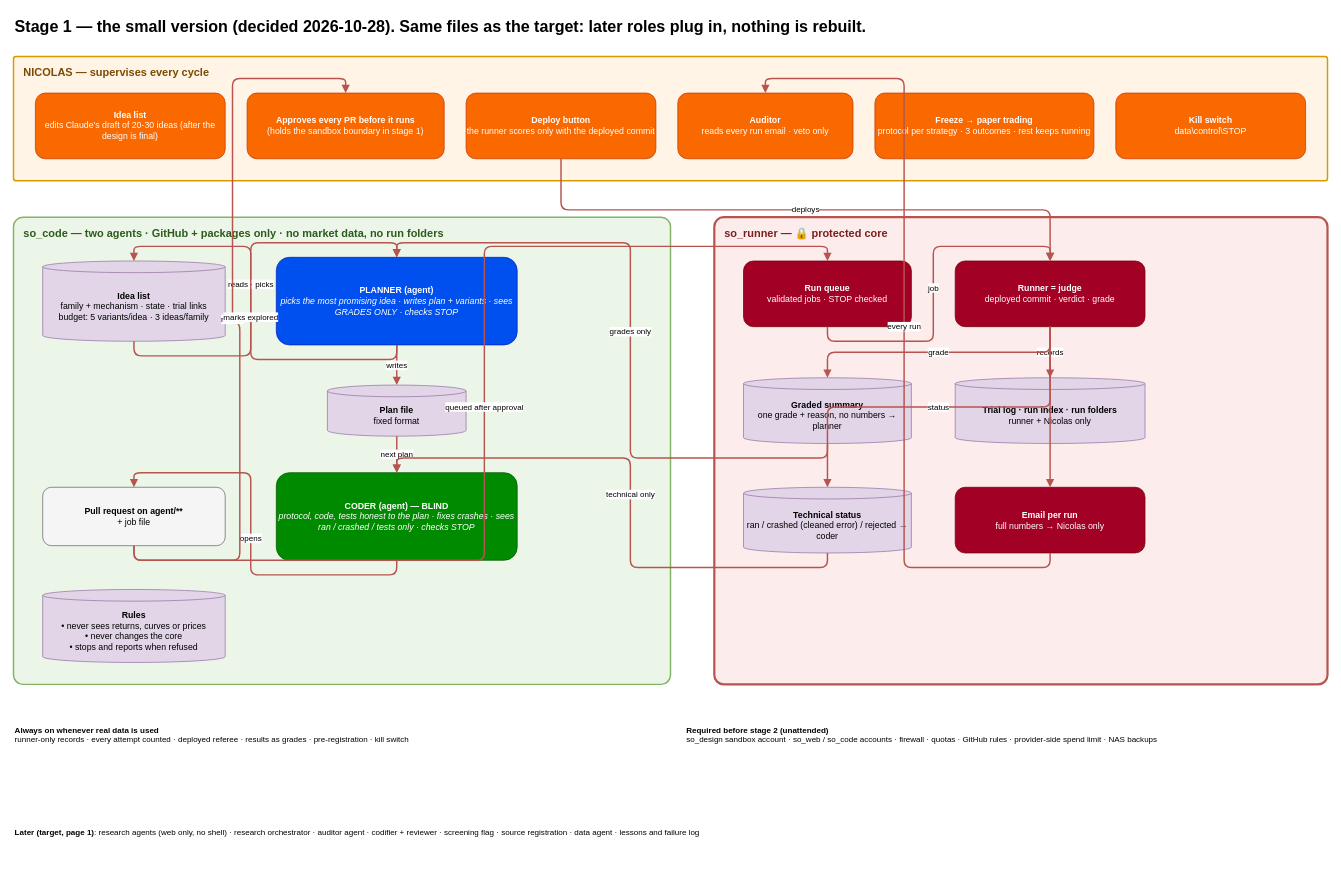
Before: page "Stage 1: small version (2026-10-28)" (2 of 2) of docs/AGENTIC_DESIGN.drawio in nicolaser55/stock_overflow_workspace, a draw.io diagram. Source tidied: cells renumbered, new cells numbered last; positions are measured from the earlier drawing's top-left corner, leaving out a move shared by most shapes. Both pictures are drawn from the tidied source at 73%, with x=0, y=0 at pixel (13, 12).
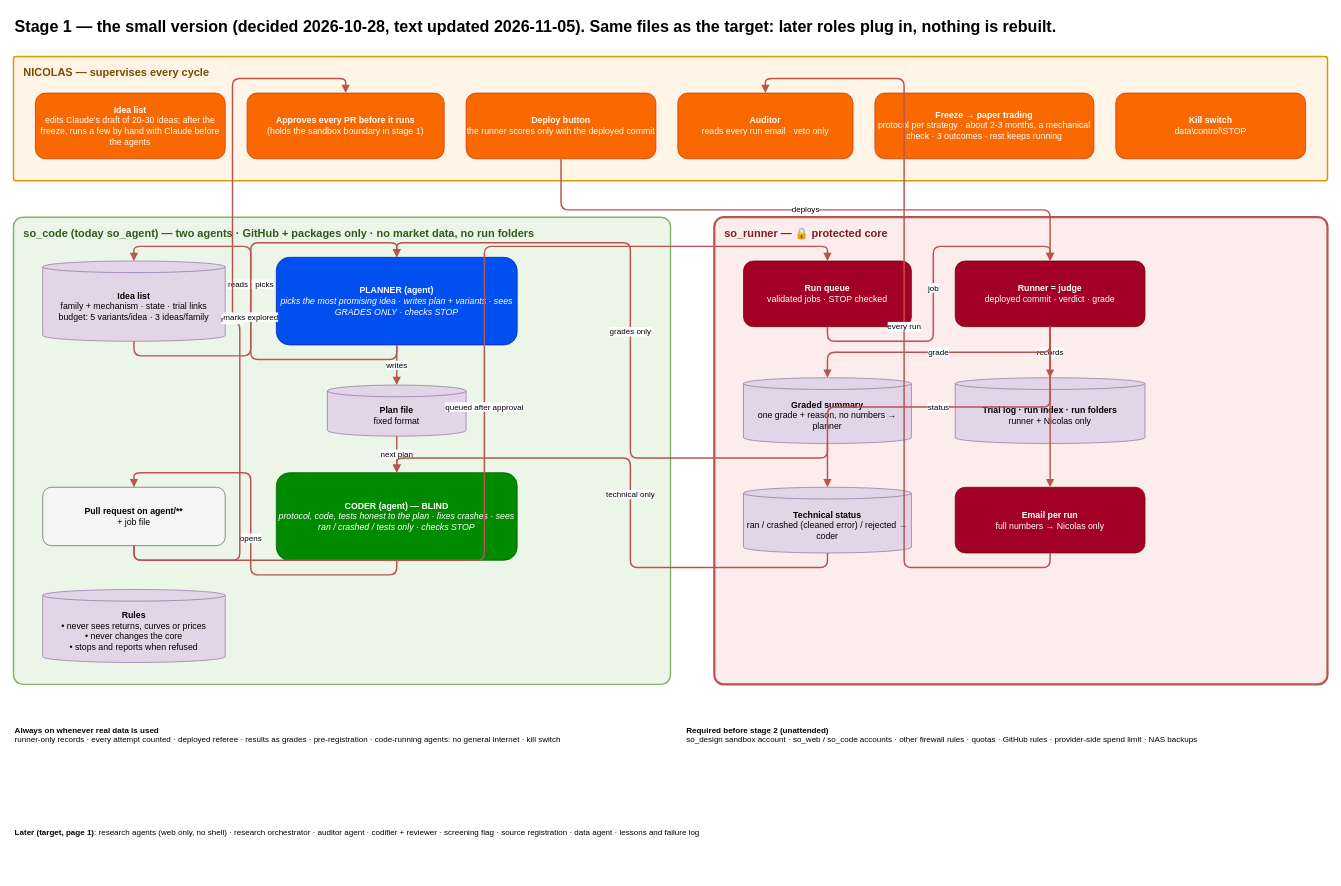
After the change.

Commit message (it also covers changes not shown here):
Diagram: text brought in line with the 2026-11-04 decisions (no internet for code agents, counting from the freeze, live test, hand-run ideas)

Text only; no box moved or added.

Claude-Session: https://claude.ai/code/session_01WGRXeXpq28Hp67kFRM95ZS

What changed in the source:
```diff
@@
-    <mxCell id="2" value="Stage 1 — the small version (decided 2026-10-28). Same files as the target: later roles plug in, nothing is rebuilt." style="whiteSpace=wrap;html=1;fontSize=12;text;align=left;verticalAlign=middle;fillColor=none;strokeColor=none;fontColor=#000000;fontSize=22;fontStyle=1;" parent="1" vertex="1">
+    <mxCell id="2" value="Stage 1 — the small version (decided 2026-10-28, text updated 2026-11-05). Same files as the target: later roles plug in, nothing is rebuilt." style="whiteSpace=wrap;html=1;fontSize=12;text;align=left;verticalAlign=middle;fillColor=none;strokeColor=none;fontColor=#000000;fontSize=22;fontStyle=1;" parent="1" vertex="1">
       <mxGeometry width="1700" height="40" as="geometry" />
     </mxCell>
@@
-    <mxCell id="4" value="&lt;b&gt;Idea list&lt;/b&gt;&lt;br&gt;edits Claude's draft of 20-30 ideas (after the design is final)" style="whiteSpace=wrap;html=1;fontSize=12;rounded=1;fillColor=#fa6800;strokeColor=#C73500;fontColor=#ffffff;" parent="1" vertex="1">
+    <mxCell id="4" value="&lt;b&gt;Idea list&lt;/b&gt;&lt;br&gt;edits Claude's draft of 20-30 ideas; after the freeze, runs a few by hand with Claude before the agents" style="whiteSpace=wrap;html=1;fontSize=12;rounded=1;fillColor=#fa6800;strokeColor=#C73500;fontColor=#ffffff;" parent="1" vertex="1">
       <mxGeometry x="30" y="110" width="260" height="90" as="geometry" />
     </mxCell>
@@
-    <mxCell id="8" value="&lt;b&gt;Freeze → paper trading&lt;/b&gt;&lt;br&gt;protocol per strategy · 3 outcomes · rest keeps running" style="whiteSpace=wrap;html=1;fontSize=12;rounded=1;fillColor=#fa6800;strokeColor=#C73500;fontColor=#ffffff;" parent="1" vertex="1">
+    <mxCell id="8" value="&lt;b&gt;Freeze → paper trading&lt;/b&gt;&lt;br&gt;protocol per strategy · about 2-3 months, a mechanical check · 3 outcomes · rest keeps running" style="whiteSpace=wrap;html=1;fontSize=12;rounded=1;fillColor=#fa6800;strokeColor=#C73500;fontColor=#ffffff;" parent="1" vertex="1">
       <mxGeometry x="1180" y="110" width="300" height="90" as="geometry" />
     </mxCell>
@@
-    <mxCell id="10" value="so_code — two agents · GitHub + packages only · no market data, no run folders" style="whiteSpace=wrap;html=1;fontSize=12;rounded=1;arcSize=2;verticalAlign=top;align=left;spacingLeft=12;spacingTop=6;fontStyle=1;fontSize=15;fillColor=#ecf6e8;strokeColor=#82b366;fontColor=#2d5a1e;strokeWidth=2;" parent="1" vertex="1">
+    <mxCell id="10" value="so_code (today so_agent) — two agents · GitHub + packages only · no market data, no run folders" style="whiteSpace=wrap;html=1;fontSize=12;rounded=1;arcSize=2;verticalAlign=top;align=left;spacingLeft=12;spacingTop=6;fontStyle=1;fontSize=15;fillColor=#ecf6e8;strokeColor=#82b366;fontColor=#2d5a1e;strokeWidth=2;" parent="1" vertex="1">
       <mxGeometry y="280" width="900" height="640" as="geometry" />
     </mxCell>
@@
-    <mxCell id="24" value="&lt;b&gt;Always on whenever real data is used&lt;/b&gt;&lt;br&gt;runner-only records · every attempt counted · deployed referee · results as grades · pre-registration · kill switch" style="whiteSpace=wrap;html=1;fontSize=12;text;align=left;verticalAlign=top;fillColor=none;strokeColor=none;fontColor=#000000;fontSize=11;" parent="1" vertex="1">
+    <mxCell id="24" value="&lt;b&gt;Always on whenever real data is used&lt;/b&gt;&lt;br&gt;runner-only records · every attempt counted · deployed referee · results as grades · pre-registration · code-running agents: no general internet · kill switch" style="whiteSpace=wrap;html=1;fontSize=12;text;align=left;verticalAlign=top;fillColor=none;strokeColor=none;fontColor=#000000;fontSize=11;" parent="1" vertex="1">
       <mxGeometry y="970" width="880" height="110" as="geometry" />
     </mxCell>
-    <mxCell id="25" value="&lt;b&gt;Required before stage 2 (unattended)&lt;/b&gt;&lt;br&gt;so_design sandbox account · so_web / so_code accounts · firewall · quotas · GitHub rules · provider-side spend limit · NAS backups" style="whiteSpace=wrap;html=1;fontSize=12;text;align=left;verticalAlign=top;fillColor=none;strokeColor=none;fontColor=#000000;fontSize=11;" parent="1" vertex="1">
+    <mxCell id="25" value="&lt;b&gt;Required before stage 2 (unattended)&lt;/b&gt;&lt;br&gt;so_design sandbox account · so_web / so_code accounts · other firewall rules · quotas · GitHub rules · provider-side spend limit · NAS backups" style="whiteSpace=wrap;html=1;fontSize=12;text;align=left;verticalAlign=top;fillColor=none;strokeColor=none;fontColor=#000000;fontSize=11;" parent="1" vertex="1">
       <mxGeometry x="920" y="970" width="880" height="110" as="geometry" />
     </mxCell>
```
